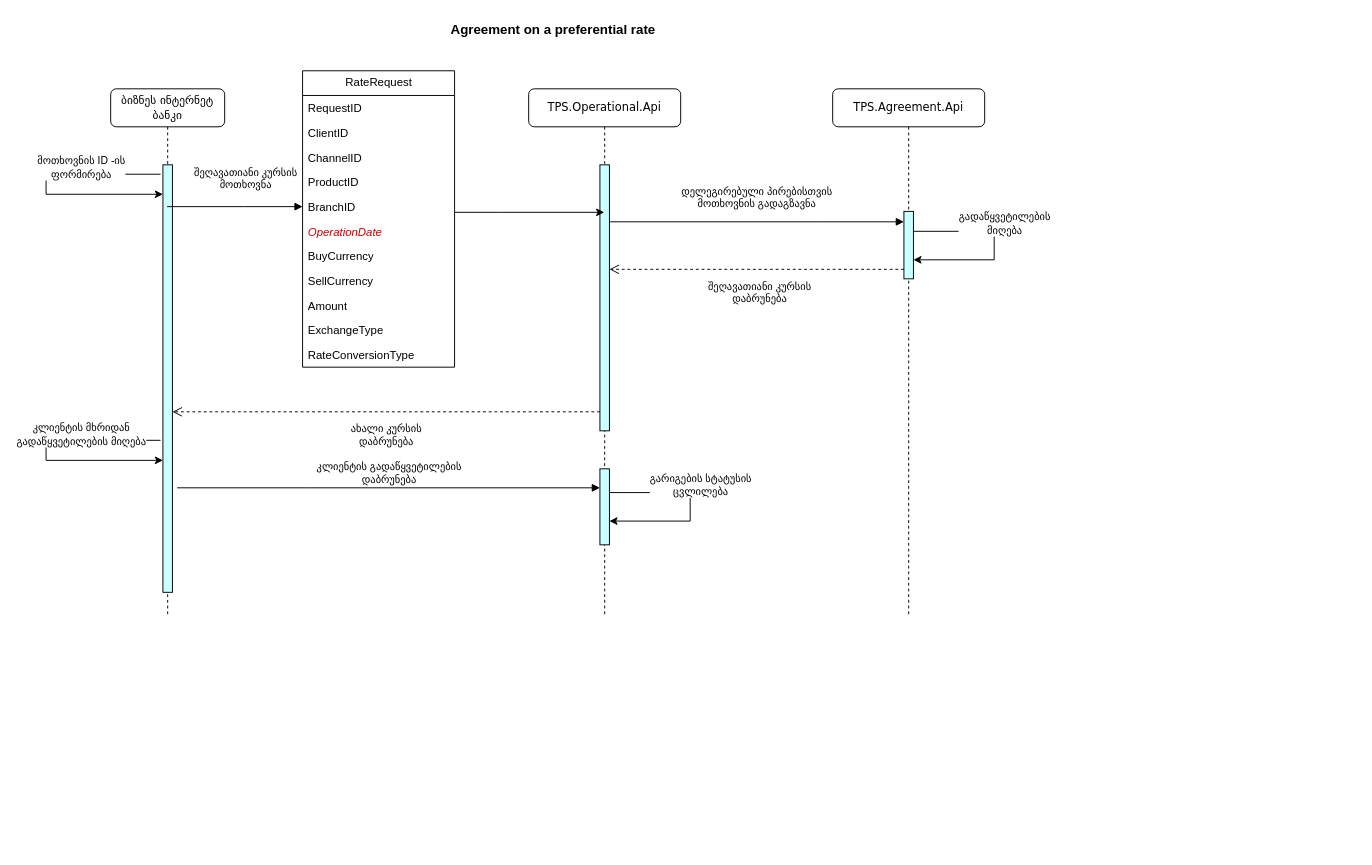
Before: page "შეღავათიანიi კურსზე შეთანხმება BP" (5 of 5) of RateDealProcessDiagram.drawio in vaso514d/drawio, a draw.io diagram. Source tidied: cells renumbered, new cells numbered last; positions are measured from the earlier drawing's top-left corner, leaving out a move shared by most shapes. Both pictures are drawn from the tidied source at 95%, with x=0, y=0 at pixel (46, 16).
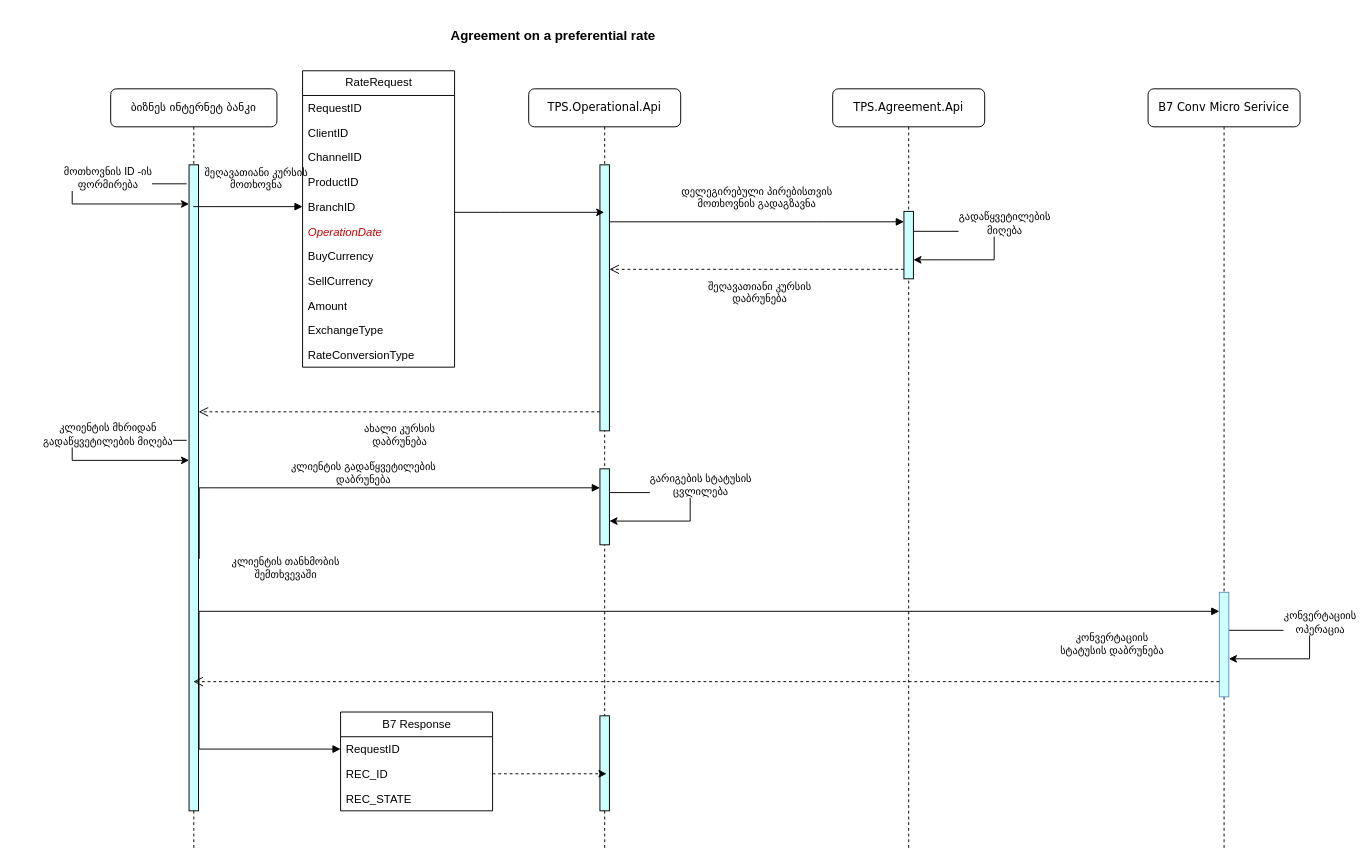
After the change.

The change refers to these unchanged cells:
```xml
<mxCell id="10" style="html=1;points=[];perimeter=orthogonalPerimeter;outlineConnect=0;targetShapes=umlLifeline;portConstraint=eastwest;newEdgeStyle={&quot;edgeStyle&quot;:&quot;elbowEdgeStyle&quot;,&quot;elbow&quot;:&quot;vertical&quot;,&quot;curved&quot;:0,&quot;rounded&quot;:0};fillColor=#CCFFFF;" parent="8" vertex="1">
  <mxGeometry x="75" y="400" width="10" height="80" as="geometry" />
</mxCell>
```

The edit, as a diff of the source:
```diff
@@
     <mxCell id="2" value="ბიზნეს ინტერნეტ ბანკი" style="shape=umlLifeline;perimeter=lifelinePerimeter;whiteSpace=wrap;html=1;outlineConnect=0;rounded=1;shadow=0;comic=0;labelBackgroundColor=none;strokeWidth=1;fontFamily=Verdana;fontSize=12;align=center;" parent="1" vertex="1">
-      <mxGeometry x="68" y="76" width="120" height="554" as="geometry" />
+      <mxGeometry x="68" y="76" width="175" height="800" as="geometry" />
     </mxCell>
     <mxCell id="3" style="html=1;points=[];perimeter=orthogonalPerimeter;rounded=0;shadow=0;comic=0;labelBackgroundColor=none;strokeWidth=1;fontFamily=Verdana;fontSize=12;align=center;fillColor=#CCFFFF;" parent="2" vertex="1">
-      <mxGeometry x="55" y="80" width="10" height="450" as="geometry" />
+      <mxGeometry x="82.5" y="80" width="10" height="680" as="geometry" />
     </mxCell>
     <mxCell id="4" style="endArrow=classic;html=1;rounded=0;strokeColor=default;edgeStyle=orthogonalEdgeStyle;exitX=0.2;exitY=0.153;exitDx=0;exitDy=0;exitPerimeter=0;" parent="2" edge="1">
       <mxGeometry relative="1" as="geometry">
-        <mxPoint x="52.5" y="89.9" as="sourcePoint" />
-        <mxPoint x="55" y="111" as="targetPoint" />
+        <mxPoint x="80" y="100" as="sourcePoint" />
+        <mxPoint x="82.5" y="121.2" as="targetPoint" />
         <Array as="points">
-          <mxPoint x="-68" y="90" />
-          <mxPoint x="-68" y="111" />
+          <mxPoint x="-40.5" y="100.2" />
+          <mxPoint x="-40.5" y="121.2" />
         </Array>
       </mxGeometry>
     </mxCell>
@@
     <mxCell id="6" style="endArrow=classic;html=1;rounded=0;strokeColor=default;edgeStyle=orthogonalEdgeStyle;exitX=0.2;exitY=0.153;exitDx=0;exitDy=0;exitPerimeter=0;" parent="2" edge="1">
       <mxGeometry relative="1" as="geometry">
-        <mxPoint x="52.5" y="370" as="sourcePoint" />
-        <mxPoint x="55" y="391.1" as="targetPoint" />
+        <mxPoint x="80" y="370" as="sourcePoint" />
+        <mxPoint x="82.5" y="391.1" as="targetPoint" />
         <Array as="points">
-          <mxPoint x="-68" y="370" />
-          <mxPoint x="-68" y="391" />
+          <mxPoint x="-40.5" y="370" />
+          <mxPoint x="-40.5" y="391" />
         </Array>
       </mxGeometry>
     </mxCell>
@@
     <mxCell id="8" value="TPS.Operational.Api" style="shape=umlLifeline;perimeter=lifelinePerimeter;whiteSpace=wrap;html=1;outlineConnect=0;rounded=1;shadow=0;comic=0;labelBackgroundColor=none;strokeWidth=1;fontFamily=Verdana;fontSize=12;align=center;" parent="1" vertex="1">
-      <mxGeometry x="508" y="76" width="160" height="554" as="geometry" />
+      <mxGeometry x="508" y="76" width="160" height="800" as="geometry" />
     </mxCell>
@@
     <mxCell id="26" value="Agreement on a preferential rate" style="text;align=center;fontStyle=1;verticalAlign=middle;spacingLeft=3;spacingRight=3;strokeColor=none;fontSize=14;" parent="1" vertex="1">
-      <mxGeometry x="68" width="932" height="26" as="geometry" />
+      <mxGeometry x="68" y="6" width="932" height="26" as="geometry" />
     </mxCell>
     <mxCell id="27" value="TPS.Agreement.Api" style="shape=umlLifeline;perimeter=lifelinePerimeter;whiteSpace=wrap;html=1;rounded=1;shadow=0;comic=0;labelBackgroundColor=none;strokeWidth=1;fontFamily=Verdana;fontSize=12;align=center;" parent="1" vertex="1">
-      <mxGeometry x="828" y="76" width="160" height="554" as="geometry" />
+      <mxGeometry x="828" y="76" width="160" height="800" as="geometry" />
     </mxCell>
@@
-    <mxCell id="33" value="კლიენტის გადაწყვეტილების&lt;br&gt;დაბრუნება" style="html=1;verticalAlign=bottom;startArrow=none;endArrow=block;startSize=8;edgeStyle=elbowEdgeStyle;elbow=vertical;curved=0;rounded=0;startFill=0;" parent="1" edge="1" target="10">
+    <mxCell id="33" value="კლიენტის გადაწყვეტილების&lt;br&gt;დაბრუნება" style="html=1;verticalAlign=bottom;startArrow=none;endArrow=block;startSize=8;edgeStyle=elbowEdgeStyle;elbow=vertical;curved=0;rounded=0;startFill=0;exitX=1.07;exitY=0.61;exitDx=0;exitDy=0;exitPerimeter=0;" parent="1" edge="1" source="3" target="10">
       <mxGeometry relative="1" as="geometry">
-        <mxPoint x="138" y="496" as="sourcePoint" />
         <Array as="points">
           <mxPoint x="278" y="496" />
           <mxPoint x="528" y="516" />
         </Array>
       </mxGeometry>
     </mxCell>
@@
+    <mxCell id="36" value="B7 Conv Micro Serivice" style="shape=umlLifeline;perimeter=lifelinePerimeter;whiteSpace=wrap;html=1;rounded=1;shadow=0;comic=0;labelBackgroundColor=none;strokeWidth=1;fontFamily=Verdana;fontSize=12;align=center;" parent="1" vertex="1">
+      <mxGeometry x="1160" y="76" width="160" height="800" as="geometry" />
+    </mxCell>
+    <mxCell id="37" style="endArrow=classic;html=1;rounded=0;strokeColor=default;edgeStyle=orthogonalEdgeStyle;" parent="36" edge="1">
+      <mxGeometry relative="1" as="geometry">
+        <mxPoint x="85" y="570" as="sourcePoint" />
+        <mxPoint x="85" y="600" as="targetPoint" />
+        <Array as="points">
+          <mxPoint x="170" y="570.5" />
+          <mxPoint x="170" y="600.5" />
+        </Array>
+      </mxGeometry>
+    </mxCell>
+    <mxCell id="38" value="კონვერტაციის&lt;br&gt;ოპერაცია" style="edgeLabel;html=1;align=center;verticalAlign=middle;" parent="37" vertex="1">
+      <mxGeometry x="-0.23" y="1" relative="1" as="geometry">
+        <mxPoint x="18" y="-8" as="offset" />
+      </mxGeometry>
+    </mxCell>
+    <mxCell id="39" style="html=1;points=[];perimeter=orthogonalPerimeter;outlineConnect=0;targetShapes=umlLifeline;portConstraint=eastwest;newEdgeStyle={&quot;edgeStyle&quot;:&quot;elbowEdgeStyle&quot;,&quot;elbow&quot;:&quot;vertical&quot;,&quot;curved&quot;:0,&quot;rounded&quot;:0};fillColor=#CCFFFF;strokeColor=#6c8ebf;" parent="36" vertex="1">
+      <mxGeometry x="75" y="530" width="10" height="110" as="geometry" />
+    </mxCell>
+    <mxCell id="40" value="კონვერტაციის&lt;br&gt;სტატუსის დაბრუნება" style="html=1;verticalAlign=bottom;endArrow=open;dashed=1;endSize=8;edgeStyle=elbowEdgeStyle;elbow=vertical;curved=0;rounded=0;" parent="1" edge="1" source="39" target="2">
+      <mxGeometry x="-0.79" y="-24" relative="1" as="geometry">
+        <Array as="points">
+          <mxPoint x="1040" y="700" />
+          <mxPoint x="1050" y="706" />
+          <mxPoint x="1000" y="711" />
+          <mxPoint x="1060" y="704" />
+          <mxPoint x="710" y="696" />
+        </Array>
+      </mxGeometry>
+    </mxCell>
+    <mxCell id="41" value="კლიენტის თანხმობის&lt;br&gt;შემთხვევაში" style="html=1;verticalAlign=bottom;endArrow=block;edgeStyle=elbowEdgeStyle;elbow=vertical;curved=0;rounded=0;" parent="1" edge="1" target="39">
+      <mxGeometry x="-0.83" y="30" relative="1" as="geometry">
+        <mxPoint x="161" y="626" as="sourcePoint" />
+        <Array as="points">
+          <mxPoint x="940" y="626" />
+          <mxPoint x="900" y="636" />
+          <mxPoint x="1210" y="656" />
+        </Array>
+      </mxGeometry>
+    </mxCell>
+    <mxCell id="42" value="B7 Response" style="swimlane;fontStyle=0;horizontal=1;startSize=26;fillColor=none;html=1;fontColor=#000000;" parent="1" vertex="1">
+      <mxGeometry x="310" y="732" width="160" height="104" as="geometry" />
+    </mxCell>
+    <mxCell id="43" value="RequestID" style="text;strokeColor=none;fillColor=none;align=left;verticalAlign=top;spacingLeft=4;spacingRight=4;overflow=hidden;points=[[0,0.5],[1,0.5]];portConstraint=eastwest;whiteSpace=wrap;html=1;fontColor=#000000;" parent="42" vertex="1">
+      <mxGeometry y="26" width="160" height="26" as="geometry" />
+    </mxCell>
+    <mxCell id="44" value="REC_ID" style="text;strokeColor=none;fillColor=none;align=left;verticalAlign=top;spacingLeft=4;spacingRight=4;overflow=hidden;points=[[0,0.5],[1,0.5]];portConstraint=eastwest;whiteSpace=wrap;html=1;fontColor=#000000;" parent="42" vertex="1">
+      <mxGeometry y="52" width="160" height="26" as="geometry" />
+    </mxCell>
+    <mxCell id="45" value="REC_STATE" style="text;strokeColor=none;fillColor=none;align=left;verticalAlign=top;spacingLeft=4;spacingRight=4;overflow=hidden;whiteSpace=wrap;html=1;fontColor=#000000;" parent="42" vertex="1">
+      <mxGeometry y="78" width="160" height="26" as="geometry" />
+    </mxCell>
+    <mxCell id="46" style="html=1;points=[];perimeter=orthogonalPerimeter;outlineConnect=0;targetShapes=umlLifeline;portConstraint=eastwest;newEdgeStyle={&quot;edgeStyle&quot;:&quot;elbowEdgeStyle&quot;,&quot;elbow&quot;:&quot;vertical&quot;,&quot;curved&quot;:0,&quot;rounded&quot;:0};fillColor=#CCFFFF;" parent="1" vertex="1">
+      <mxGeometry x="583" y="736" width="10" height="100" as="geometry" />
+    </mxCell>
+    <mxCell id="47" style="html=1;verticalAlign=bottom;endArrow=block;edgeStyle=elbowEdgeStyle;elbow=vertical;curved=0;rounded=0;entryX=0;entryY=0.5;entryDx=0;entryDy=0;" parent="1" edge="1" target="43">
+      <mxGeometry x="-0.73" y="79" relative="1" as="geometry">
+        <mxPoint x="161" y="626" as="sourcePoint" />
+        <Array as="points">
+          <mxPoint x="250" y="771" />
+          <mxPoint x="680" y="766" />
+          <mxPoint x="940" y="626" />
+          <mxPoint x="900" y="636" />
+          <mxPoint x="1210" y="656" />
+        </Array>
+      </mxGeometry>
+    </mxCell>
+    <mxCell id="48" style="edgeStyle=orthogonalEdgeStyle;rounded=0;jettySize=auto;html=1;dashed=1;entryX=0.7;entryY=0.61;entryDx=0;entryDy=0;entryPerimeter=0;" parent="1" edge="1" source="44" target="46">
+      <mxGeometry relative="1" as="geometry" />
+    </mxCell>
```
